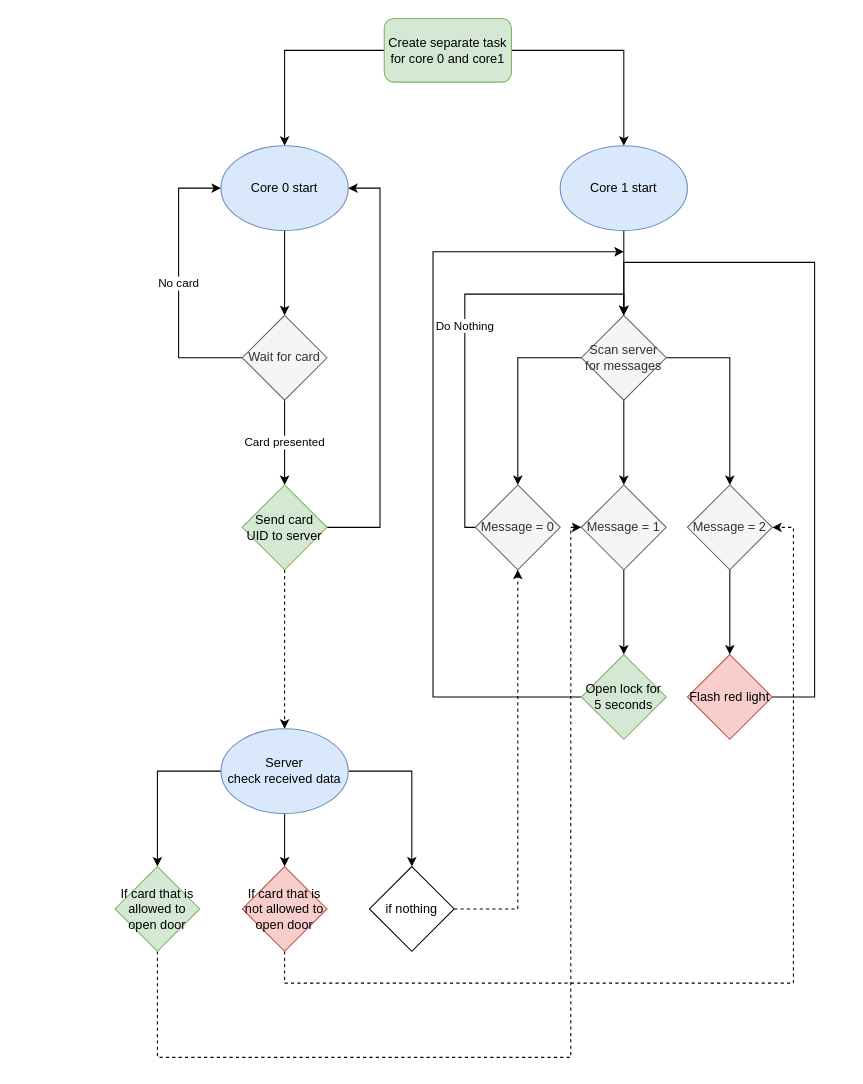
KasperiRosengren/Projekti1_V2 keeps this draw.io diagram as Other/Flowchart.drawio. Above is the earlier version. Source tidied: cells renumbered, new cells numbered last; positions are measured from the earlier drawing's top-left corner, leaving out a move shared by most shapes. Both pictures are drawn from the tidied source at 106%, with x=0, y=0 at pixel (114, 18).
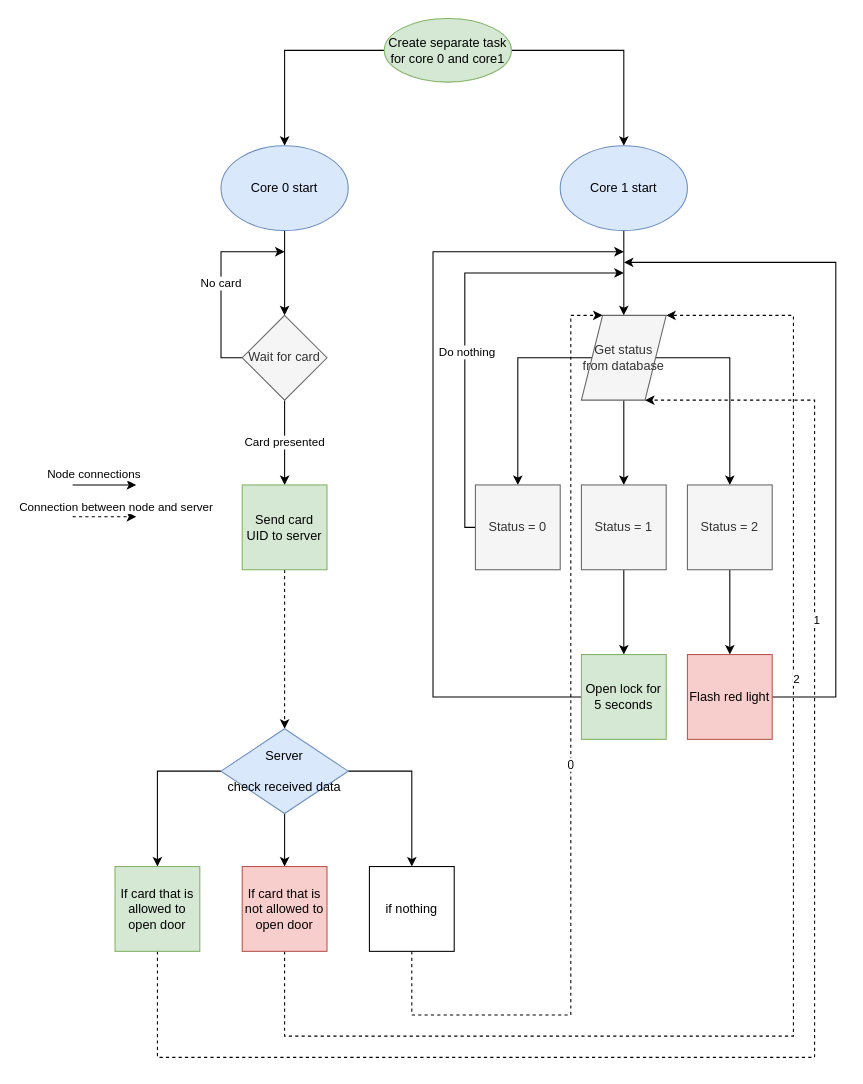
After the change.

Unchanged cells that the change refers to:
```xml
<mxCell id="6" value="Core 0 start" style="ellipse;whiteSpace=wrap;html=1;fillColor=#dae8fc;strokeColor=#6c8ebf;" parent="1" vertex="1">
  <mxGeometry x="100" y="120" width="120" height="80" as="geometry" />
</mxCell>
<mxCell id="11" value="Wait for card" style="rhombus;whiteSpace=wrap;html=1;fillColor=#f5f5f5;strokeColor=#666666;fontColor=#333333;" parent="1" vertex="1">
  <mxGeometry x="120" y="280" width="80" height="80" as="geometry" />
</mxCell>
```

The edit, as a diff of the source:
```diff
@@
-    <mxCell id="4" value="Create separate task for core 0 and core1" style="rounded=1;whiteSpace=wrap;html=1;fillColor=#d5e8d4;strokeColor=#82b366;" parent="1" vertex="1">
+    <mxCell id="4" value="Create separate task for core 0 and core1" style="ellipse;whiteSpace=wrap;html=1;fontFamily=Helvetica;fontSize=12;fontColor=#000000;align=center;strokeColor=#82b366;fillColor=#d5e8d4;" parent="1" vertex="1">
       <mxGeometry x="254" width="120" height="60" as="geometry" />
     </mxCell>
@@
-    <mxCell id="10" value="No card" style="edgeStyle=orthogonalEdgeStyle;rounded=0;jettySize=auto;html=1;entryX=0;entryY=0.5;entryDx=0;entryDy=0;" parent="1" edge="1" source="11" target="6">
+    <mxCell id="10" value="No card" style="edgeStyle=orthogonalEdgeStyle;rounded=0;jettySize=auto;html=1;" parent="1" edge="1" source="11">
       <mxGeometry relative="1" as="geometry">
+        <mxPoint x="160" y="220" as="targetPoint" />
         <Array as="points">
-          <mxPoint x="60" y="320" />
-          <mxPoint x="60" y="160" />
+          <mxPoint x="100" y="320" />
+          <mxPoint x="100" y="220" />
         </Array>
       </mxGeometry>
     </mxCell>
@@
-    <mxCell id="12" style="edgeStyle=orthogonalEdgeStyle;rounded=0;jettySize=auto;html=1;entryX=1;entryY=0.5;entryDx=0;entryDy=0;" parent="1" edge="1" source="14" target="6">
-      <mxGeometry relative="1" as="geometry">
-        <Array as="points">
-          <mxPoint x="250" y="480" />
-          <mxPoint x="250" y="160" />
-        </Array>
-      </mxGeometry>
-    </mxCell>
@@
-    <mxCell id="14" value="Send card UID to server" style="rhombus;whiteSpace=wrap;html=1;fillColor=#d5e8d4;strokeColor=#82b366;" parent="1" vertex="1">
+    <mxCell id="14" value="Send card UID to server" style="rounded=0;whiteSpace=wrap;html=1;fontFamily=Helvetica;fontSize=12;fontColor=#000000;align=center;strokeColor=#82b366;fillColor=#d5e8d4;" parent="1" vertex="1">
       <mxGeometry x="120" y="440" width="80" height="80" as="geometry" />
     </mxCell>
@@
-    <mxCell id="18" value="Scan server for messages" style="rhombus;whiteSpace=wrap;html=1;fillColor=#f5f5f5;strokeColor=#666666;fontColor=#333333;" parent="1" vertex="1">
+    <mxCell id="18" value="Get status from database" style="shape=parallelogram;perimeter=parallelogramPerimeter;whiteSpace=wrap;html=1;fixedSize=1;fontFamily=Helvetica;fontSize=12;fontColor=#333333;align=center;strokeColor=#666666;fillColor=#f5f5f5;" parent="1" vertex="1">
       <mxGeometry x="440" y="280" width="80" height="80" as="geometry" />
     </mxCell>
-    <mxCell id="19" value="Do Nothing" style="edgeStyle=orthogonalEdgeStyle;rounded=0;jettySize=auto;html=1;" parent="1" edge="1" source="20">
-      <mxGeometry relative="1" as="geometry">
-        <mxPoint x="480" y="280" as="targetPoint" />
-        <Array as="points">
-          <mxPoint x="330" y="480" />
-          <mxPoint x="330" y="260" />
-          <mxPoint x="480" y="260" />
-        </Array>
-      </mxGeometry>
-    </mxCell>
+    <mxCell id="39" style="edgeStyle=orthogonalEdgeStyle;rounded=0;jettySize=auto;html=1;" parent="1" edge="1" source="20">
+      <mxGeometry relative="1" as="geometry">
+        <mxPoint x="480" y="240" as="targetPoint" />
+        <Array as="points">
+          <mxPoint x="330" y="480" />
+          <mxPoint x="330" y="240" />
+        </Array>
+      </mxGeometry>
+    </mxCell>
+    <mxCell id="40" value="Do nothing" style="edgeLabel;html=1;align=center;verticalAlign=middle;" parent="39" vertex="1">
+      <mxGeometry x="-0.12" y="-1" relative="1" as="geometry" />
+    </mxCell>
-    <mxCell id="20" value="Message = 0" style="rhombus;whiteSpace=wrap;html=1;fillColor=#f5f5f5;strokeColor=#666666;fontColor=#333333;" parent="1" vertex="1">
+    <mxCell id="20" value="Status = 0" style="rounded=0;whiteSpace=wrap;html=1;fontFamily=Helvetica;fontSize=12;fontColor=#333333;align=center;strokeColor=#666666;fillColor=#f5f5f5;" parent="1" vertex="1">
       <mxGeometry x="340" y="440" width="80" height="80" as="geometry" />
     </mxCell>
@@
-    <mxCell id="22" value="Message = 2" style="rhombus;whiteSpace=wrap;html=1;fillColor=#f5f5f5;strokeColor=#666666;fontColor=#333333;" parent="1" vertex="1">
+    <mxCell id="22" value="Status = 2" style="rounded=0;whiteSpace=wrap;html=1;fontFamily=Helvetica;fontSize=12;fontColor=#333333;align=center;strokeColor=#666666;fillColor=#f5f5f5;" parent="1" vertex="1">
       <mxGeometry x="540" y="440" width="80" height="80" as="geometry" />
     </mxCell>
@@
-    <mxCell id="24" value="Message = 1" style="rhombus;whiteSpace=wrap;html=1;fillColor=#f5f5f5;strokeColor=#666666;fontColor=#333333;" parent="1" vertex="1">
+    <mxCell id="24" value="Status = 1" style="rounded=0;whiteSpace=wrap;html=1;fontFamily=Helvetica;fontSize=12;fontColor=#333333;align=center;strokeColor=#666666;fillColor=#f5f5f5;" parent="1" vertex="1">
       <mxGeometry x="440" y="440" width="80" height="80" as="geometry" />
     </mxCell>
-    <mxCell id="25" style="edgeStyle=orthogonalEdgeStyle;rounded=0;jettySize=auto;html=1;" parent="1" edge="1" source="26">
-      <mxGeometry relative="1" as="geometry">
-        <mxPoint x="480" y="280" as="targetPoint" />
-        <Array as="points">
-          <mxPoint x="660" y="640" />
-          <mxPoint x="660" y="230" />
-          <mxPoint x="480" y="230" />
-        </Array>
-      </mxGeometry>
-    </mxCell>
+    <mxCell id="41" style="edgeStyle=orthogonalEdgeStyle;rounded=0;jettySize=auto;html=1;" parent="1" edge="1" source="26">
+      <mxGeometry relative="1" as="geometry">
+        <mxPoint x="480" y="230" as="targetPoint" />
+        <Array as="points">
+          <mxPoint x="680" y="640" />
+          <mxPoint x="680" y="230" />
+        </Array>
+      </mxGeometry>
+    </mxCell>
-    <mxCell id="26" value="Flash red light" style="rhombus;whiteSpace=wrap;html=1;fillColor=#f8cecc;strokeColor=#b85450;" parent="1" vertex="1">
+    <mxCell id="26" value="Flash red light" style="rounded=0;whiteSpace=wrap;html=1;fontFamily=Helvetica;fontSize=12;fontColor=#000000;align=center;strokeColor=#b85450;fillColor=#f8cecc;" parent="1" vertex="1">
       <mxGeometry x="540" y="600" width="80" height="80" as="geometry" />
     </mxCell>
@@
-    <mxCell id="28" value="Open lock for 5 seconds" style="rhombus;whiteSpace=wrap;html=1;fillColor=#d5e8d4;strokeColor=#82b366;" parent="1" vertex="1">
+    <mxCell id="28" value="Open lock for 5 seconds" style="rounded=0;whiteSpace=wrap;html=1;fontFamily=Helvetica;fontSize=12;fontColor=#000000;align=center;strokeColor=#82b366;fillColor=#d5e8d4;" parent="1" vertex="1">
       <mxGeometry x="440" y="600" width="80" height="80" as="geometry" />
     </mxCell>
@@
-    <mxCell id="32" value="Server&lt;br&gt;check received data" style="ellipse;whiteSpace=wrap;html=1;fillColor=#dae8fc;strokeColor=#6c8ebf;" parent="1" vertex="1">
+    <mxCell id="32" value="Server&lt;br&gt;&lt;br&gt;check received data" style="rhombus;whiteSpace=wrap;html=1;fontFamily=Helvetica;fontSize=12;fontColor=#000000;align=center;strokeColor=#6c8ebf;fillColor=#dae8fc;" parent="1" vertex="1">
       <mxGeometry x="100" y="670" width="120" height="80" as="geometry" />
     </mxCell>
-    <mxCell id="33" style="edgeStyle=orthogonalEdgeStyle;rounded=0;jettySize=auto;html=1;entryX=0;entryY=0.5;entryDx=0;entryDy=0;dashed=1;" parent="1" edge="1" source="34" target="24">
+    <mxCell id="33" style="edgeStyle=orthogonalEdgeStyle;rounded=0;jettySize=auto;html=1;dashed=1;entryX=0.75;entryY=1;entryDx=0;entryDy=0;" parent="1" edge="1" source="34" target="18">
       <mxGeometry relative="1" as="geometry">
         <Array as="points">
           <mxPoint x="40" y="980" />
-          <mxPoint x="430" y="980" />
-          <mxPoint x="430" y="480" />
+          <mxPoint x="660" y="980" />
+          <mxPoint x="660" y="360" />
         </Array>
       </mxGeometry>
     </mxCell>
+    <mxCell id="42" value="1" style="edgeLabel;html=1;align=center;verticalAlign=middle;" parent="33" vertex="1">
+      <mxGeometry x="0.51" y="-1" relative="1" as="geometry" />
+    </mxCell>
-    <mxCell id="34" value="&lt;span&gt;If card that is allowed to open door&lt;/span&gt;" style="rhombus;whiteSpace=wrap;html=1;fillColor=#d5e8d4;strokeColor=#82b366;" parent="1" vertex="1">
+    <mxCell id="34" value="&lt;span&gt;If card that is allowed to open door&lt;/span&gt;" style="rounded=0;whiteSpace=wrap;html=1;fontFamily=Helvetica;fontSize=12;fontColor=#000000;align=center;strokeColor=#82b366;fillColor=#d5e8d4;" parent="1" vertex="1">
       <mxGeometry y="800" width="80" height="80" as="geometry" />
     </mxCell>
-    <mxCell id="35" style="edgeStyle=orthogonalEdgeStyle;rounded=0;jettySize=auto;html=1;entryX=1;entryY=0.5;entryDx=0;entryDy=0;dashed=1;" parent="1" edge="1" source="36" target="22">
+    <mxCell id="35" style="edgeStyle=orthogonalEdgeStyle;rounded=0;jettySize=auto;html=1;dashed=1;entryX=1;entryY=0;entryDx=0;entryDy=0;" parent="1" edge="1" source="36" target="18">
       <mxGeometry relative="1" as="geometry">
         <Array as="points">
-          <mxPoint x="160" y="910" />
-          <mxPoint x="640" y="910" />
-          <mxPoint x="640" y="480" />
+          <mxPoint x="160" y="960" />
+          <mxPoint x="640" y="960" />
+          <mxPoint x="640" y="280" />
         </Array>
       </mxGeometry>
     </mxCell>
+    <mxCell id="43" value="2" style="edgeLabel;html=1;align=center;verticalAlign=middle;" parent="35" vertex="1">
+      <mxGeometry x="0.32" y="-2" relative="1" as="geometry" />
+    </mxCell>
-    <mxCell id="36" value="If card that is not allowed to open door" style="rhombus;whiteSpace=wrap;html=1;fillColor=#f8cecc;strokeColor=#b85450;" parent="1" vertex="1">
+    <mxCell id="36" value="If card that is not allowed to open door" style="rounded=0;whiteSpace=wrap;html=1;fontFamily=Helvetica;fontSize=12;fontColor=#000000;align=center;strokeColor=#b85450;fillColor=#f8cecc;" parent="1" vertex="1">
       <mxGeometry x="120" y="800" width="80" height="80" as="geometry" />
     </mxCell>
-    <mxCell id="37" style="edgeStyle=orthogonalEdgeStyle;rounded=0;jettySize=auto;html=1;entryX=0.5;entryY=1;entryDx=0;entryDy=0;dashed=1;" parent="1" edge="1" source="38" target="20">
-      <mxGeometry relative="1" as="geometry" />
+    <mxCell id="37" value="0" style="edgeStyle=orthogonalEdgeStyle;rounded=0;jettySize=auto;html=1;dashed=1;entryX=0.25;entryY=0;entryDx=0;entryDy=0;" parent="1" edge="1" source="38" target="18">
+      <mxGeometry x="-0.01" relative="1" as="geometry">
+        <Array as="points">
+          <mxPoint x="280" y="940" />
+          <mxPoint x="430" y="940" />
+          <mxPoint x="430" y="280" />
+        </Array>
+      </mxGeometry>
     </mxCell>
-    <mxCell id="38" value="if nothing" style="rhombus;whiteSpace=wrap;html=1;" parent="1" vertex="1">
+    <mxCell id="38" value="if nothing" style="rounded=0;whiteSpace=wrap;html=1;fontFamily=Helvetica;fontSize=12;fontColor=#000000;align=center;strokeColor=#000000;fillColor=#ffffff;" parent="1" vertex="1">
       <mxGeometry x="240" y="800" width="80" height="80" as="geometry" />
     </mxCell>
+    <mxCell id="44" value="Node connections" style="endArrow=classic;html=1;" parent="1" edge="1">
+      <mxGeometry x="-0.33" y="10" relative="1" as="geometry">
+        <mxPoint x="-40" y="440" as="sourcePoint" />
+        <mxPoint x="20" y="440" as="targetPoint" />
+        <Array as="points">
+          <mxPoint x="-10" y="440" />
+        </Array>
+      </mxGeometry>
+    </mxCell>
+    <mxCell id="45" style="endArrow=classic;html=1;dashed=1;" parent="1" edge="1">
+      <mxGeometry relative="1" as="geometry">
+        <mxPoint x="-40" y="470" as="sourcePoint" />
+        <mxPoint x="20" y="470" as="targetPoint" />
+      </mxGeometry>
+    </mxCell>
+    <mxCell id="46" value="Connection between node and server" style="edgeLabel;html=1;align=center;verticalAlign=middle;" parent="45" vertex="1">
+      <mxGeometry x="0.43" y="1" relative="1" as="geometry">
+        <mxPoint x="-3" y="-9" as="offset" />
+      </mxGeometry>
+    </mxCell>
```
